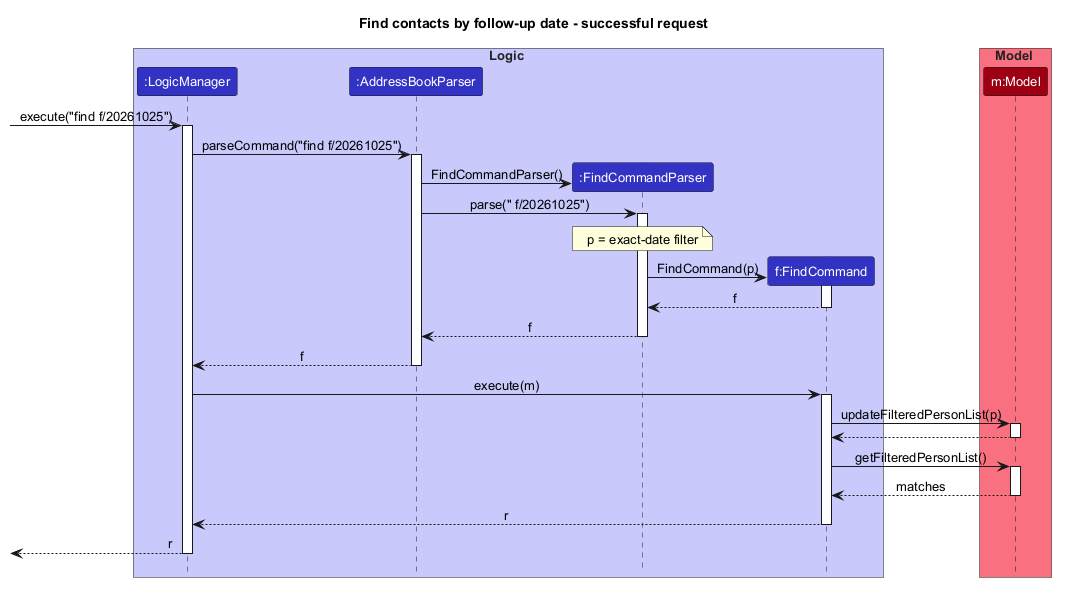
AY2627S1-CS2103T-W11-2/tp keeps this PlantUML diagram as docs/images/FindFollowUpDateSequence.png. Above is the earlier version.
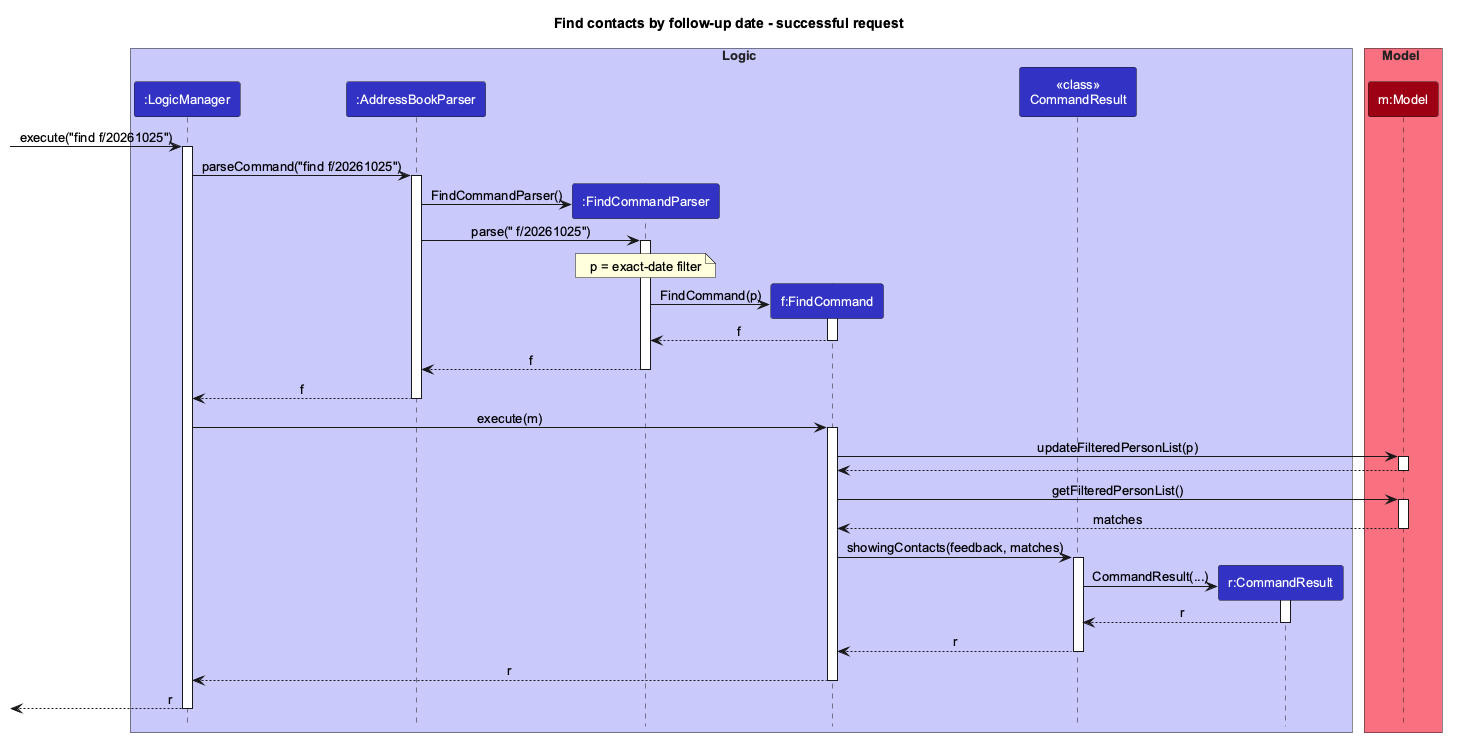
The same diagram one commit later.

What changed in the source:
```diff
@@ -13,6 +13,8 @@
 participant ":AddressBookParser" as AddressBookParser LOGIC_COLOR
 participant ":FindCommandParser" as FindCommandParser LOGIC_COLOR
 participant "f:FindCommand" as FindCommand LOGIC_COLOR
+participant "<<class>>\nCommandResult" as CommandResultClass LOGIC_COLOR
+participant "r:CommandResult" as CommandResult LOGIC_COLOR
 end box
 
 box Model MODEL_COLOR_T1
@@ -51,6 +53,17 @@
 activate Model
 Model --> FindCommand : matches
 deactivate Model
+
+FindCommand -> CommandResultClass : showingContacts(feedback, matches)
+activate CommandResultClass
+create CommandResult
+CommandResultClass -> CommandResult : CommandResult(...)
+activate CommandResult
+CommandResult --> CommandResultClass : r
+deactivate CommandResult
+CommandResultClass --> FindCommand : r
+deactivate CommandResultClass
+
 FindCommand --> LogicManager : r
 deactivate FindCommand
 
```
